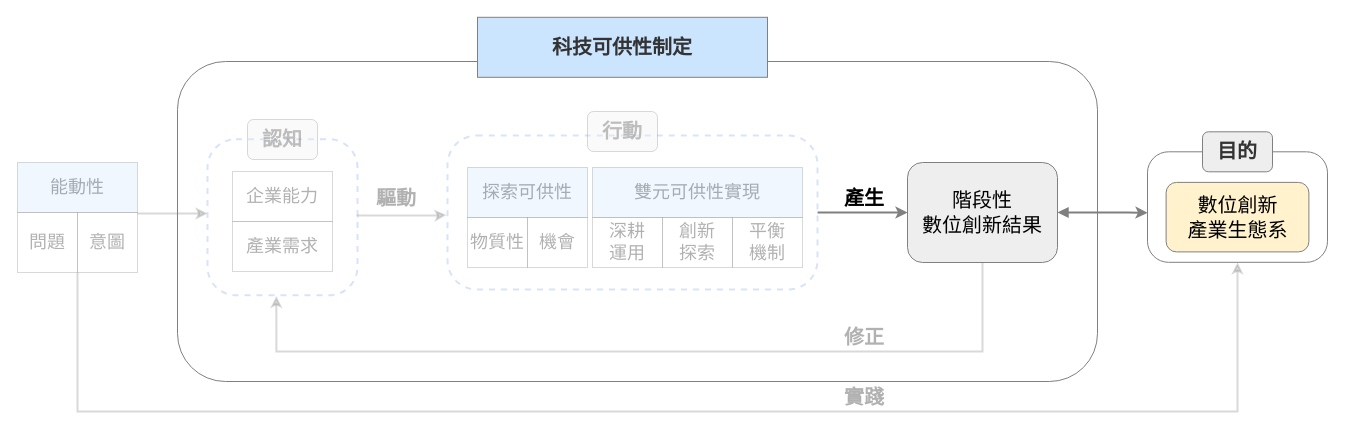
This is 論文ver1/圖片/簡報研究架構圖片/frontier enactment theroy_v10制定結果對比.drawio from carina419/NTUST, a draw.io file, before an edit. Source tidied: cells renumbered, new cells numbered last; positions are measured from the earlier drawing's top-left corner, leaving out a move shared by most shapes. Both pictures are drawn from the tidied source at 100%, with x=0, y=0 at pixel (17, 17).
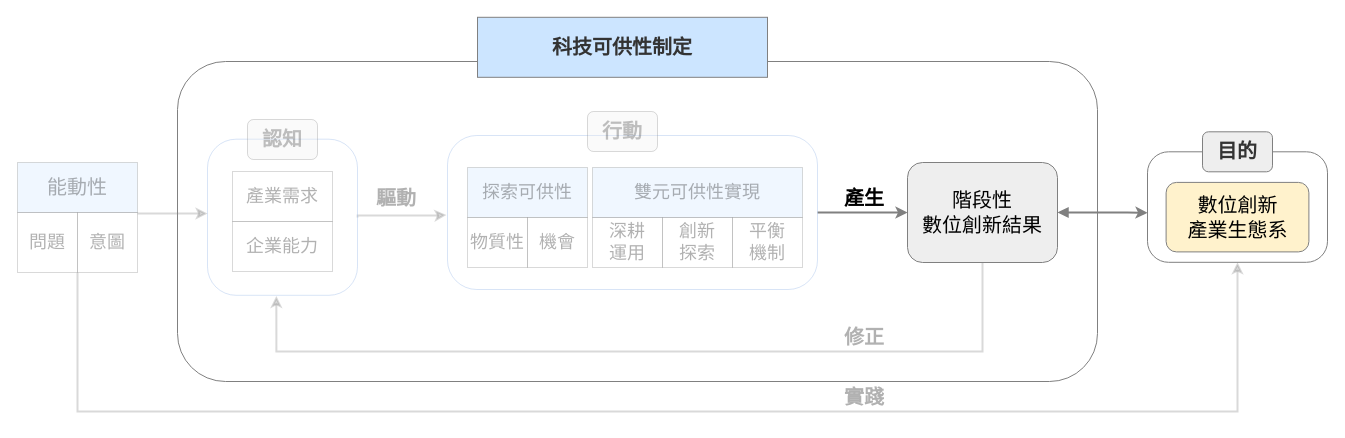
The same page after the edit.

The change refers to these unchanged cells:
```xml
<mxCell id="18" style="group;textOpacity=30;opacity=30;" parent="1" vertex="1">
  <mxGeometry y="145" width="120" height="110" as="geometry" />
</mxCell>
<mxCell id="22" style="group;textOpacity=30;" parent="1" vertex="1">
  <mxGeometry x="190" y="102" width="150" height="175.8" as="geometry" />
</mxCell>
<mxCell id="25" style="group;textOpacity=30;" parent="22" vertex="1">
  <mxGeometry x="25" y="52" width="100" height="100" as="geometry" />
</mxCell>
```

Change to the diagram source:
```diff
@@
-    <mxCell id="21" value="能動性" style="rounded=0;whiteSpace=wrap;html=1;fontFamily=標楷體;fontSize=18;fontStyle=0;fillColor=#cce5ff;strokeColor=#808080;align=center;verticalAlign=middle;fontColor=default;textOpacity=30;opacity=30;" parent="18" vertex="1">
+    <mxCell id="21" value="&lt;font style=&quot;font-size: 20px;&quot;&gt;能動性&lt;/font&gt;" style="rounded=0;whiteSpace=wrap;html=1;fontFamily=標楷體;fontSize=18;fontStyle=0;fillColor=#cce5ff;strokeColor=#808080;align=center;verticalAlign=middle;fontColor=default;textOpacity=30;opacity=30;" parent="18" vertex="1">
       <mxGeometry width="120" height="50" as="geometry" />
     </mxCell>
@@
-    <mxCell id="23" style="rounded=1;whiteSpace=wrap;html=1;strokeWidth=2;dashed=1;fontFamily=標楷體;fontSize=18;fontStyle=0;strokeColor=#7EA6E0;align=center;verticalAlign=middle;arcSize=19;fontColor=default;fillColor=default;textOpacity=30;opacity=30;" parent="22" vertex="1">
+    <mxCell id="23" style="rounded=1;whiteSpace=wrap;html=1;strokeWidth=1;fontFamily=標楷體;fontSize=18;fontStyle=0;strokeColor=#7EA6E0;align=center;verticalAlign=middle;arcSize=19;fontColor=default;fillColor=default;textOpacity=30;opacity=30;" parent="22" vertex="1">
       <mxGeometry y="19.7" width="150" height="156.1" as="geometry" />
     </mxCell>
@@
-    <mxCell id="26" value="企業能力" style="rounded=0;whiteSpace=wrap;html=1;fontFamily=標楷體;fontSize=18;fontStyle=0;fillColor=default;strokeColor=#808080;align=center;verticalAlign=middle;fontColor=default;textOpacity=30;opacity=30;" parent="25" vertex="1">
+    <mxCell id="26" value="產業需求" style="rounded=0;whiteSpace=wrap;html=1;fontFamily=標楷體;fontSize=18;fontStyle=0;fillColor=default;strokeColor=#808080;align=center;verticalAlign=middle;fontColor=default;textOpacity=30;opacity=30;" parent="25" vertex="1">
       <mxGeometry width="100" height="50" as="geometry" />
     </mxCell>
-    <mxCell id="27" value="產業需求" style="rounded=0;whiteSpace=wrap;html=1;fontFamily=標楷體;fontSize=18;fontStyle=0;strokeColor=#808080;align=center;verticalAlign=middle;fontColor=default;fillColor=default;textOpacity=30;opacity=30;" parent="25" vertex="1">
+    <mxCell id="27" value="企業能力" style="rounded=0;whiteSpace=wrap;html=1;fontFamily=標楷體;fontSize=18;fontStyle=0;strokeColor=#808080;align=center;verticalAlign=middle;fontColor=default;fillColor=default;textOpacity=30;opacity=30;" parent="25" vertex="1">
       <mxGeometry y="50" width="100" height="50" as="geometry" />
     </mxCell>
@@
-    <mxCell id="29" style="rounded=1;whiteSpace=wrap;html=1;strokeWidth=2;dashed=1;fontFamily=標楷體;fontSize=18;fontStyle=0;arcSize=19;strokeColor=#7EA6E0;textOpacity=30;opacity=30;" parent="1" vertex="1">
+    <mxCell id="29" style="rounded=1;whiteSpace=wrap;html=1;strokeWidth=1;fontFamily=標楷體;fontSize=18;fontStyle=0;arcSize=19;strokeColor=#7EA6E0;textOpacity=30;opacity=30;" parent="1" vertex="1">
       <mxGeometry x="430" y="118" width="370" height="154" as="geometry" />
     </mxCell>
-    <mxCell id="30" value="&lt;span style=&quot;color: light-dark(rgb(51, 51, 51), rgb(193, 193, 193)); background-color: transparent;&quot;&gt;&lt;b&gt;&lt;font style=&quot;font-size: 20px;&quot;&gt;行動&lt;/font&gt;&lt;/b&gt;&lt;/span&gt;" style="rounded=1;whiteSpace=wrap;html=1;strokeColor=#808080;fillColor=#eeeeee;fontFamily=標楷體;fontSize=18;fontStyle=0;textOpacity=30;opacity=30;" parent="1" vertex="1">
-      <mxGeometry x="570" y="94" width="70" height="40" as="geometry" />
-    </mxCell>
@@
+    <mxCell id="30" value="&lt;span style=&quot;color: light-dark(rgb(51, 51, 51), rgb(193, 193, 193)); background-color: transparent;&quot;&gt;&lt;b&gt;&lt;font style=&quot;font-size: 20px;&quot;&gt;行動&lt;/font&gt;&lt;/b&gt;&lt;/span&gt;" style="rounded=1;whiteSpace=wrap;html=1;strokeColor=#808080;fillColor=#eeeeee;fontFamily=標楷體;fontSize=18;fontStyle=0;textOpacity=30;opacity=30;" parent="1" vertex="1">
+      <mxGeometry x="570" y="94" width="70" height="40" as="geometry" />
+    </mxCell>
```
